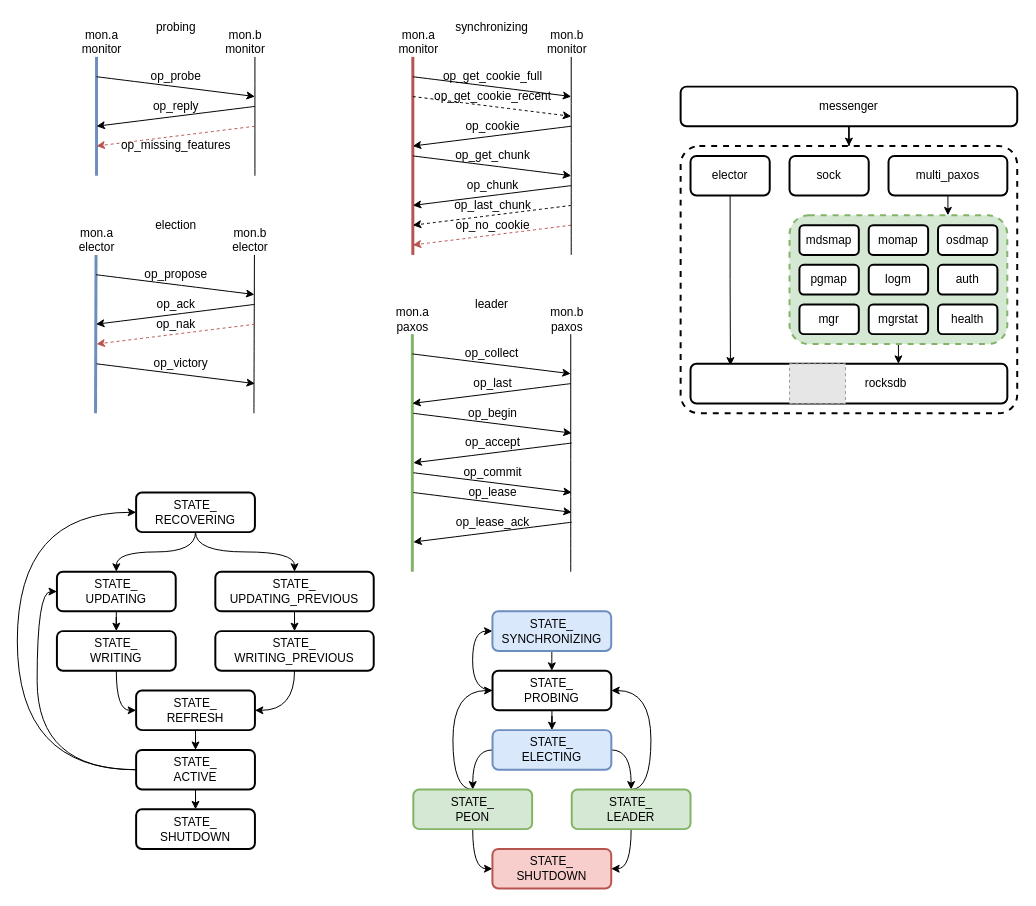
EarthWind/deeparch keeps this draw.io diagram as ceph/ceph-mon.drawio. Above is the earlier version. Source tidied: cells renumbered, new cells numbered last; positions are measured from the earlier drawing's top-left corner, leaving out a move shared by most shapes. Both pictures are drawn from the tidied source at 99%, with x=0, y=0 at pixel (17, 17). Pictures stored in the file or linked from it are replaced by grey dashed boxes.
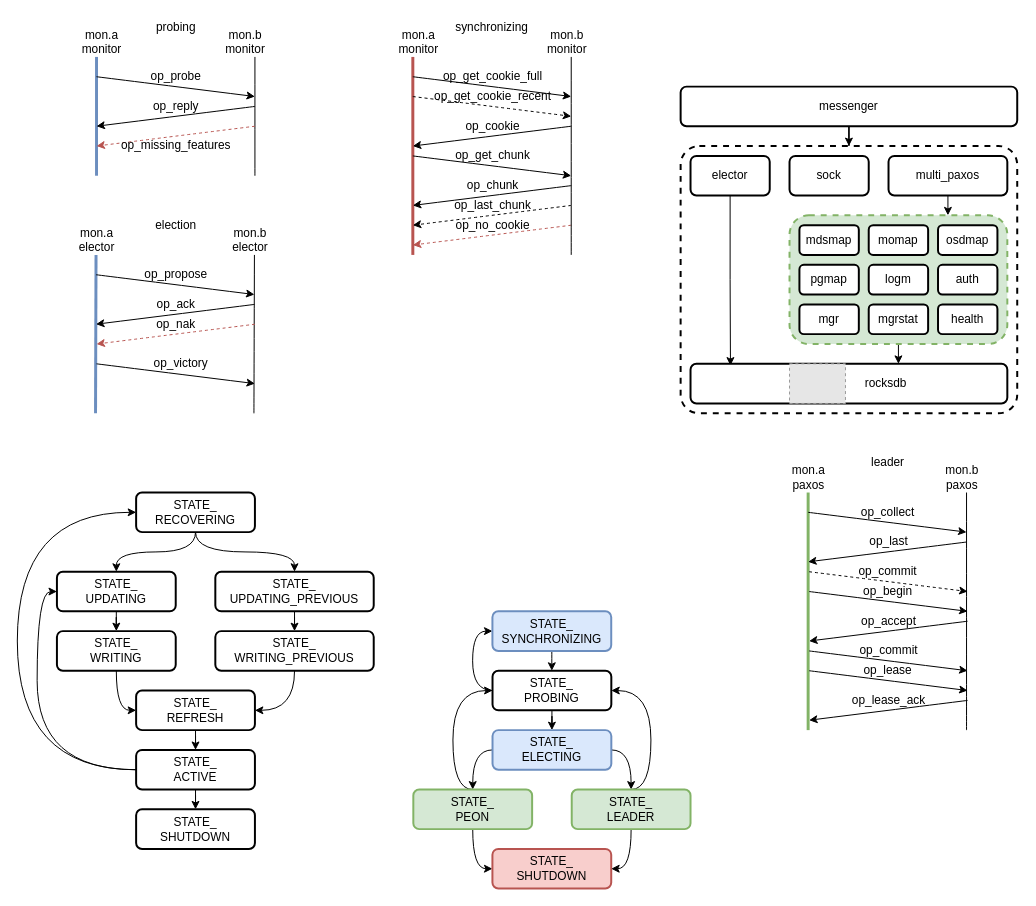
The same diagram, later.

What changed in the source:
```diff
@@
     <mxCell id="78" style="text;html=1;align=center;verticalAlign=middle;strokeColor=none;fillColor=none;" parent="1" vertex="1">
-      <mxGeometry x="469.5" y="350" width="20" height="20" as="geometry" />
+      <mxGeometry x="869.3" y="510" width="20" height="20" as="geometry" />
     </mxCell>
     <mxCell id="79" style="endArrow=none;html=1;rounded=0;curved=1;fillColor=#d5e8d4;strokeColor=#82b366;strokeWidth=3;" parent="1" edge="1">
       <mxGeometry relative="1" as="geometry">
-        <mxPoint x="399" y="560" as="sourcePoint" />
-        <mxPoint x="399" y="320" as="targetPoint" />
+        <mxPoint x="798.8" y="720" as="sourcePoint" />
+        <mxPoint x="798.8" y="480" as="targetPoint" />
       </mxGeometry>
     </mxCell>
     <mxCell id="80" value="leader" style="text;html=1;align=center;verticalAlign=middle;strokeColor=none;fillColor=none;" parent="1" vertex="1">
-      <mxGeometry x="454" y="280" width="50" height="20" as="geometry" />
+      <mxGeometry x="853.8" y="440" width="50" height="20" as="geometry" />
     </mxCell>
     <mxCell id="81" style="endArrow=classic;html=1;rounded=0;curved=1;" parent="1" edge="1">
       <mxGeometry relative="1" as="geometry">
-        <mxPoint x="399" y="340" as="sourcePoint" />
-        <mxPoint x="559" y="360" as="targetPoint" />
+        <mxPoint x="798.8" y="500" as="sourcePoint" />
+        <mxPoint x="958.8" y="520" as="targetPoint" />
       </mxGeometry>
     </mxCell>
     <mxCell id="82" value="op_collect" style="text;html=1;align=center;verticalAlign=middle;strokeColor=none;fillColor=none;" parent="1" vertex="1">
-      <mxGeometry x="444" y="330" width="70" height="20" as="geometry" />
+      <mxGeometry x="843.8" y="490" width="70" height="20" as="geometry" />
     </mxCell>
     <mxCell id="83" style="endArrow=classic;html=1;rounded=0;curved=1;fillColor=#f8cecc;strokeColor=#000000;" parent="1" edge="1">
       <mxGeometry relative="1" as="geometry">
-        <mxPoint x="559" y="370" as="sourcePoint" />
-        <mxPoint x="399" y="390" as="targetPoint" />
+        <mxPoint x="958.8" y="530" as="sourcePoint" />
+        <mxPoint x="798.8" y="550" as="targetPoint" />
       </mxGeometry>
     </mxCell>
     <mxCell id="84" style="endArrow=none;html=1;rounded=0;curved=1;" parent="1" edge="1">
       <mxGeometry relative="1" as="geometry">
-        <mxPoint x="559" y="560" as="sourcePoint" />
-        <mxPoint x="559" y="320" as="targetPoint" />
+        <mxPoint x="958.8" y="720" as="sourcePoint" />
+        <mxPoint x="958.8" y="480" as="targetPoint" />
       </mxGeometry>
     </mxCell>
     <mxCell id="85" value="mon.a&lt;br&gt;paxos" style="text;html=1;align=center;verticalAlign=middle;strokeColor=none;fillColor=none;" parent="1" vertex="1">
-      <mxGeometry x="374" y="290" width="50" height="30" as="geometry" />
+      <mxGeometry x="773.8" y="450" width="50" height="30" as="geometry" />
     </mxCell>
     <mxCell id="86" value="op_last" style="text;html=1;align=center;verticalAlign=middle;strokeColor=none;fillColor=none;" parent="1" vertex="1">
-      <mxGeometry x="455" y="360" width="50" height="20" as="geometry" />
+      <mxGeometry x="854.8" y="520" width="50" height="20" as="geometry" />
     </mxCell>
     <mxCell id="87" style="endArrow=classic;html=1;rounded=0;curved=1;" parent="1" edge="1">
       <mxGeometry relative="1" as="geometry">
-        <mxPoint x="400" y="400" as="sourcePoint" />
-        <mxPoint x="560" y="420" as="targetPoint" />
+        <mxPoint x="799.8" y="580" as="sourcePoint" />
+        <mxPoint x="959.8" y="600" as="targetPoint" />
       </mxGeometry>
     </mxCell>
     <mxCell id="88" value="op_begin" style="text;html=1;align=center;verticalAlign=middle;strokeColor=none;fillColor=none;" parent="1" vertex="1">
-      <mxGeometry x="449.5" y="390" width="60" height="20" as="geometry" />
+      <mxGeometry x="849.3" y="570" width="60" height="20" as="geometry" />
     </mxCell>
     <mxCell id="89" value="mon.b&lt;br&gt;paxos" style="text;html=1;align=center;verticalAlign=middle;strokeColor=none;fillColor=none;" parent="1" vertex="1">
-      <mxGeometry x="529.5" y="290" width="50" height="30" as="geometry" />
+      <mxGeometry x="929.3" y="450" width="50" height="30" as="geometry" />
     </mxCell>
     <mxCell id="90" style="endArrow=classic;html=1;rounded=0;curved=1;fillColor=#f8cecc;strokeColor=#000000;" parent="1" edge="1">
       <mxGeometry relative="1" as="geometry">
-        <mxPoint x="560" y="430" as="sourcePoint" />
-        <mxPoint x="400" y="450" as="targetPoint" />
+        <mxPoint x="959.8" y="610" as="sourcePoint" />
+        <mxPoint x="799.8" y="630" as="targetPoint" />
       </mxGeometry>
     </mxCell>
     <mxCell id="91" value="op_accept" style="text;html=1;align=center;verticalAlign=middle;strokeColor=none;fillColor=none;" parent="1" vertex="1">
-      <mxGeometry x="445" y="420" width="70" height="20" as="geometry" />
+      <mxGeometry x="844.8" y="600" width="70" height="20" as="geometry" />
     </mxCell>
     <mxCell id="92" style="endArrow=classic;html=1;rounded=0;curved=1;" parent="1" edge="1">
       <mxGeometry relative="1" as="geometry">
-        <mxPoint x="400" y="460" as="sourcePoint" />
-        <mxPoint x="560" y="480" as="targetPoint" />
+        <mxPoint x="799.8" y="640" as="sourcePoint" />
+        <mxPoint x="959.8" y="660" as="targetPoint" />
       </mxGeometry>
     </mxCell>
     <mxCell id="93" value="op_commit" style="text;html=1;align=center;verticalAlign=middle;strokeColor=none;fillColor=none;" parent="1" vertex="1">
-      <mxGeometry x="445" y="450" width="70" height="20" as="geometry" />
+      <mxGeometry x="844.8" y="630" width="70" height="20" as="geometry" />
     </mxCell>
     <mxCell id="94" style="endArrow=classic;html=1;rounded=0;curved=1;" parent="1" edge="1">
       <mxGeometry relative="1" as="geometry">
-        <mxPoint x="400" y="480" as="sourcePoint" />
-        <mxPoint x="560" y="500" as="targetPoint" />
+        <mxPoint x="799.8" y="660" as="sourcePoint" />
+        <mxPoint x="959.8" y="680" as="targetPoint" />
       </mxGeometry>
     </mxCell>
     <mxCell id="95" value="op_lease" style="text;html=1;align=center;verticalAlign=middle;strokeColor=none;fillColor=none;" parent="1" vertex="1">
-      <mxGeometry x="449.5" y="470" width="60" height="20" as="geometry" />
+      <mxGeometry x="849.3" y="650" width="60" height="20" as="geometry" />
     </mxCell>
     <mxCell id="96" style="endArrow=classic;html=1;rounded=0;curved=1;fillColor=#f8cecc;strokeColor=#000000;" parent="1" edge="1">
       <mxGeometry relative="1" as="geometry">
-        <mxPoint x="560" y="510" as="sourcePoint" />
-        <mxPoint x="400" y="530" as="targetPoint" />
+        <mxPoint x="959.8" y="690" as="sourcePoint" />
+        <mxPoint x="799.8" y="710" as="targetPoint" />
       </mxGeometry>
     </mxCell>
     <mxCell id="97" value="op_lease_ack" style="text;html=1;align=center;verticalAlign=middle;strokeColor=none;fillColor=none;" parent="1" vertex="1">
-      <mxGeometry x="435" y="500" width="90" height="20" as="geometry" />
+      <mxGeometry x="834.8" y="680" width="90" height="20" as="geometry" />
     </mxCell>
@@
+    <mxCell id="122" style="endArrow=classic;html=1;rounded=0;curved=1;dashed=1;" parent="1" edge="1">
+      <mxGeometry relative="1" as="geometry">
+        <mxPoint x="799.8" y="560" as="sourcePoint" />
+        <mxPoint x="959.8" y="580" as="targetPoint" />
+      </mxGeometry>
+    </mxCell>
+    <mxCell id="123" value="op_commit" style="text;html=1;align=center;verticalAlign=middle;strokeColor=none;fillColor=none;" parent="1" vertex="1">
+      <mxGeometry x="843.8" y="550" width="70" height="20" as="geometry" />
+    </mxCell>
```
